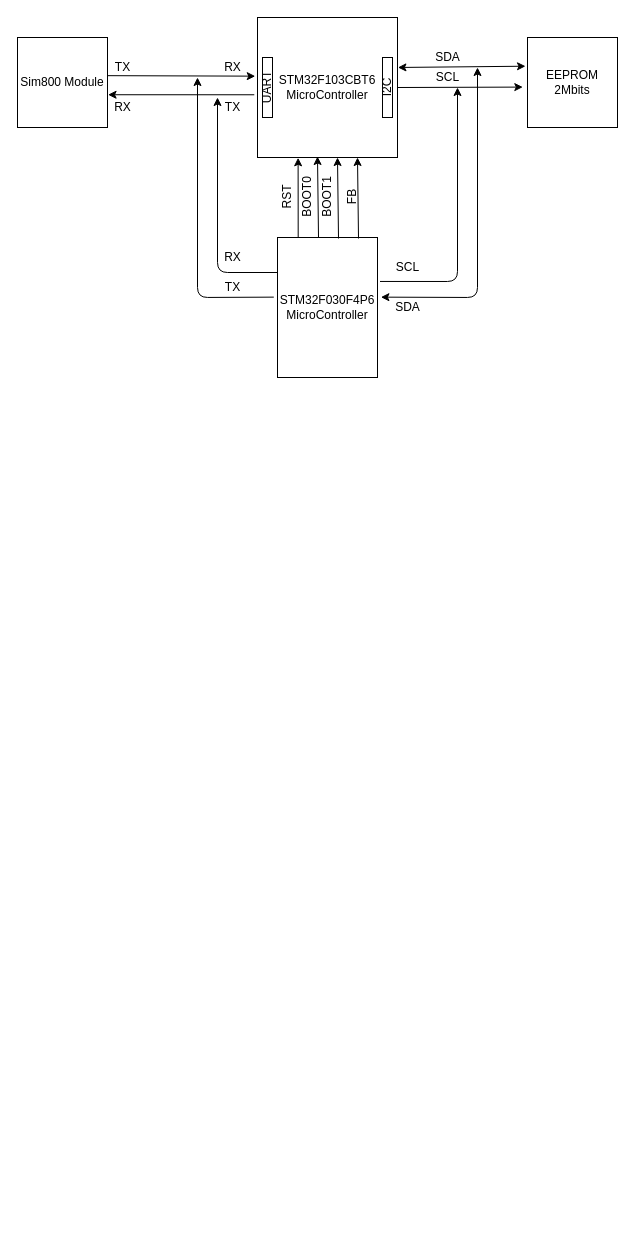
Earlier version of the draw.io diagram OTA_ARCHITECTURE.drawio (yasastharinda9511/stm32f1_bootloader-and-OTA_CONTROLLER). Source tidied: cells renumbered, new cells numbered last; positions are measured from the earlier drawing's top-left corner, leaving out a move shared by most shapes. Both pictures are drawn from the tidied source at 100%, with x=0, y=0 at pixel (17, 17).
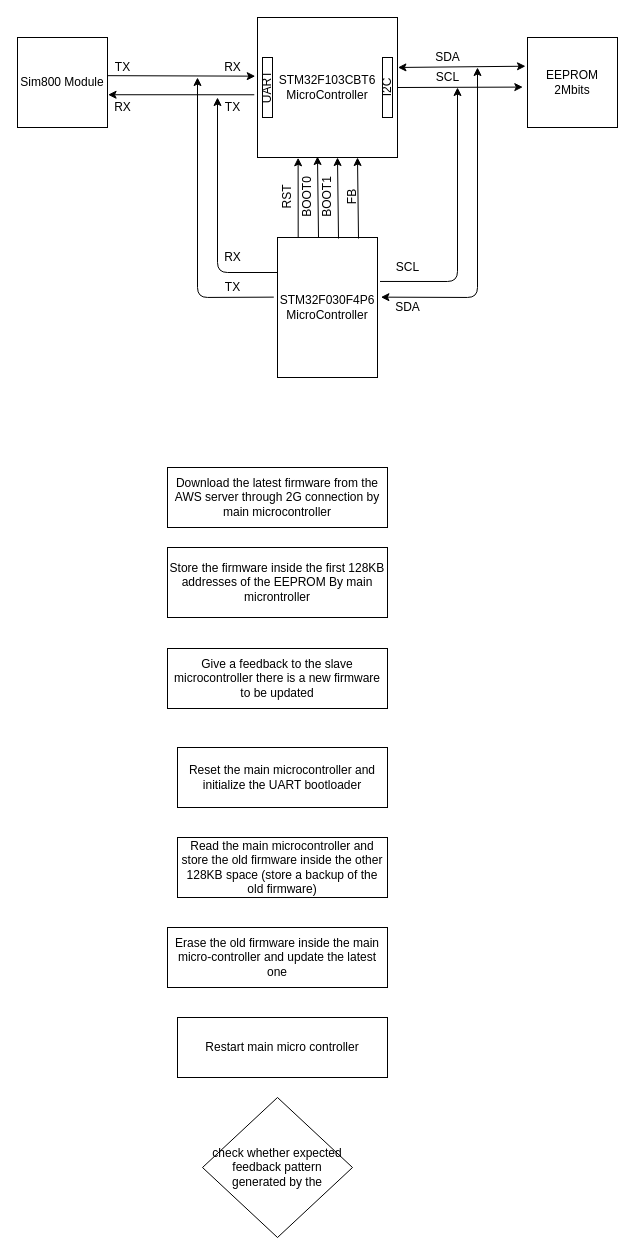
The same page after the edit.

What changed in the source:
```diff
@@
+    <mxCell id="34" value="Download the latest firmware from the AWS server through 2G connection by main microcontroller " style="rounded=0;whiteSpace=wrap;html=1;" parent="1" vertex="1">
+      <mxGeometry x="150" y="450" width="220" height="60" as="geometry" />
+    </mxCell>
+    <mxCell id="35" value="Store the firmware inside the first 128KB addresses of the EEPROM By main microntroller" style="rounded=0;whiteSpace=wrap;html=1;" parent="1" vertex="1">
+      <mxGeometry x="150" y="530" width="220" height="70" as="geometry" />
+    </mxCell>
+    <mxCell id="36" value="Give a feedback to the slave microcontroller there is a new firmware to be updated" style="rounded=0;whiteSpace=wrap;html=1;" parent="1" vertex="1">
+      <mxGeometry x="150" y="631" width="220" height="60" as="geometry" />
+    </mxCell>
+    <mxCell id="37" value="Reset the main microcontroller and initialize the UART bootloader" style="rounded=0;whiteSpace=wrap;html=1;" parent="1" vertex="1">
+      <mxGeometry x="160" y="730" width="210" height="60" as="geometry" />
+    </mxCell>
+    <mxCell id="38" value="Read the main microcontroller and store the old firmware inside the other 128KB space (store a backup of the old firmware)" style="rounded=0;whiteSpace=wrap;html=1;" parent="1" vertex="1">
+      <mxGeometry x="160" y="820" width="210" height="60" as="geometry" />
+    </mxCell>
+    <mxCell id="39" value="Erase the old firmware inside the main micro-controller and update the latest one" style="rounded=0;whiteSpace=wrap;html=1;" parent="1" vertex="1">
+      <mxGeometry x="150" y="910" width="220" height="60" as="geometry" />
+    </mxCell>
+    <mxCell id="40" value="&lt;div&gt;check whether expected feedback pattern&lt;/div&gt;&lt;div&gt;generated by the &lt;br&gt;&lt;/div&gt;" style="rhombus;whiteSpace=wrap;html=1;" parent="1" vertex="1">
+      <mxGeometry x="185" y="1080" width="150" height="140" as="geometry" />
+    </mxCell>
+    <mxCell id="41" value="Restart main micro controller " style="rounded=0;whiteSpace=wrap;html=1;" parent="1" vertex="1">
+      <mxGeometry x="160" y="1000" width="210" height="60" as="geometry" />
+    </mxCell>
```
